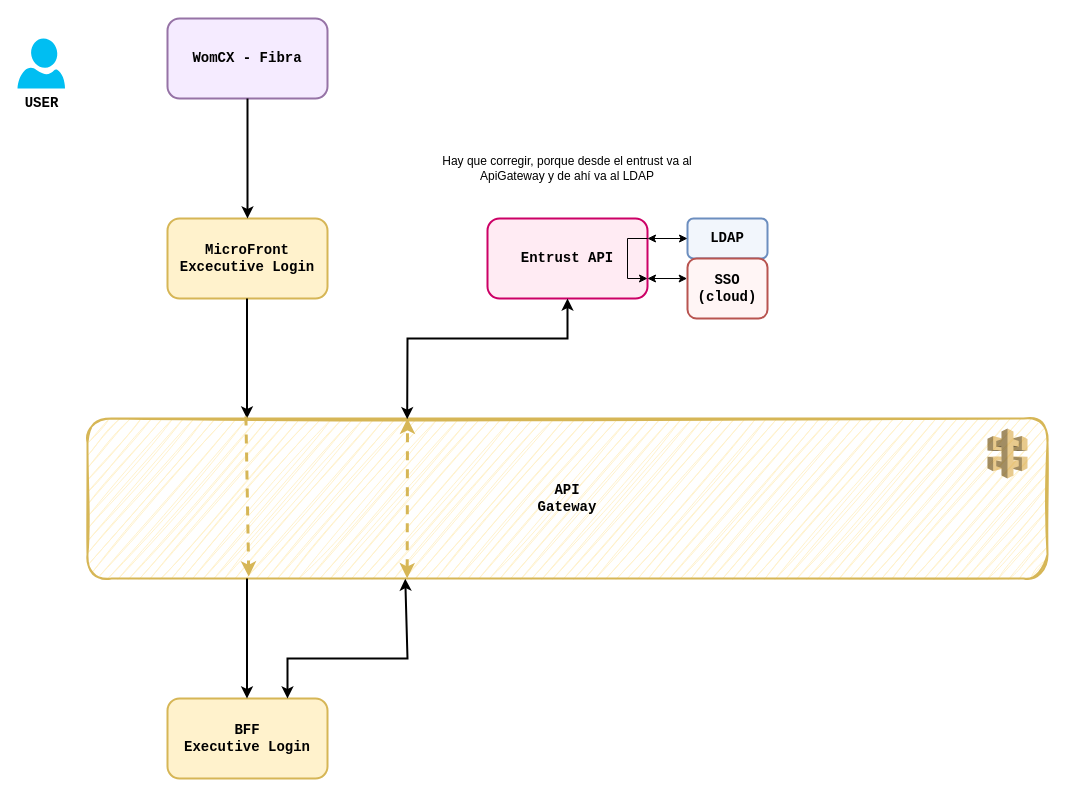
Earlier version of the draw.io diagram page "DiagFlujo" (2 of 2) of LoginLayer.drawio (linosnt/womCX). Source tidied: cells renumbered, new cells numbered last; positions are measured from the earlier drawing's top-left corner, leaving out a move shared by most shapes. Both pictures are drawn from the tidied source at 100%, with x=0, y=0 at pixel (17, 18).
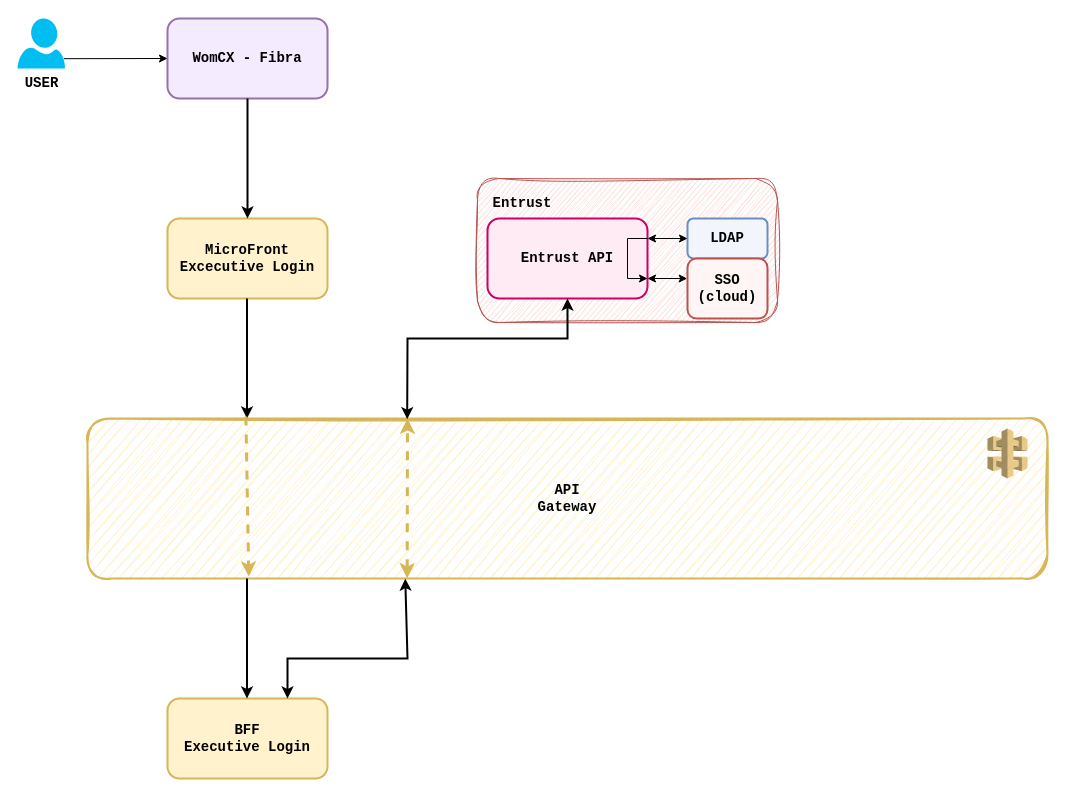
After the change.

Unchanged cells that the change refers to:
```xml
<mxCell id="2" value="&lt;font style=&quot;font-size: 14px;&quot; face=&quot;Courier New&quot;&gt;&lt;b&gt;WomCX - Fibra&lt;/b&gt;&lt;/font&gt;" style="rounded=1;whiteSpace=wrap;html=1;fillColor=#F5EBFF;strokeColor=#9673a6;strokeWidth=2;" parent="1" vertex="1">
  <mxGeometry x="150" width="160" height="80" as="geometry" />
</mxCell>
```

Diff of the diagram source:
```diff
@@
+    <mxCell id="22" style="rounded=1;whiteSpace=wrap;html=1;fillColor=#f8cecc;strokeColor=#b85450;sketch=1;curveFitting=1;jiggle=2;" parent="1" vertex="1">
+      <mxGeometry x="460" y="160" width="300" height="144" as="geometry" />
+    </mxCell>
@@
     <mxCell id="3" value="&lt;font size=&quot;1&quot; face=&quot;Courier New&quot;&gt;&lt;b style=&quot;font-size: 14px;&quot;&gt;USER&lt;/b&gt;&lt;/font&gt;" style="verticalLabelPosition=bottom;html=1;verticalAlign=top;align=center;strokeColor=none;fillColor=#00BEF2;shape=mxgraph.azure.user;" parent="1" vertex="1">
-      <mxGeometry y="20" width="47.5" height="50" as="geometry" />
+      <mxGeometry width="47.5" height="50" as="geometry" />
     </mxCell>
@@
-    <mxCell id="16" value="Hay que corregir, porque desde el entrust va al ApiGateway y de ahí va al LDAP" style="text;html=1;strokeColor=none;fillColor=none;align=center;verticalAlign=middle;whiteSpace=wrap;rounded=0;" parent="1" vertex="1">
-      <mxGeometry x="395" y="130" width="310" height="40" as="geometry" />
-    </mxCell>
@@
+    <mxCell id="23" value="&lt;font size=&quot;1&quot; face=&quot;Courier New&quot;&gt;&lt;b style=&quot;font-size: 14px;&quot;&gt;Entrust&lt;/b&gt;&lt;/font&gt;" style="text;html=1;strokeColor=none;fillColor=none;align=center;verticalAlign=middle;whiteSpace=wrap;rounded=0;" parent="1" vertex="1">
+      <mxGeometry x="470" y="170" width="70" height="30" as="geometry" />
+    </mxCell>
+    <mxCell id="24" style="endArrow=classic;html=1;rounded=0;exitX=0.978;exitY=0.804;exitDx=0;exitDy=0;exitPerimeter=0;entryX=0;entryY=0.5;entryDx=0;entryDy=0;" parent="1" edge="1" source="3" target="2">
+      <mxGeometry relative="1" as="geometry" />
+    </mxCell>
```
